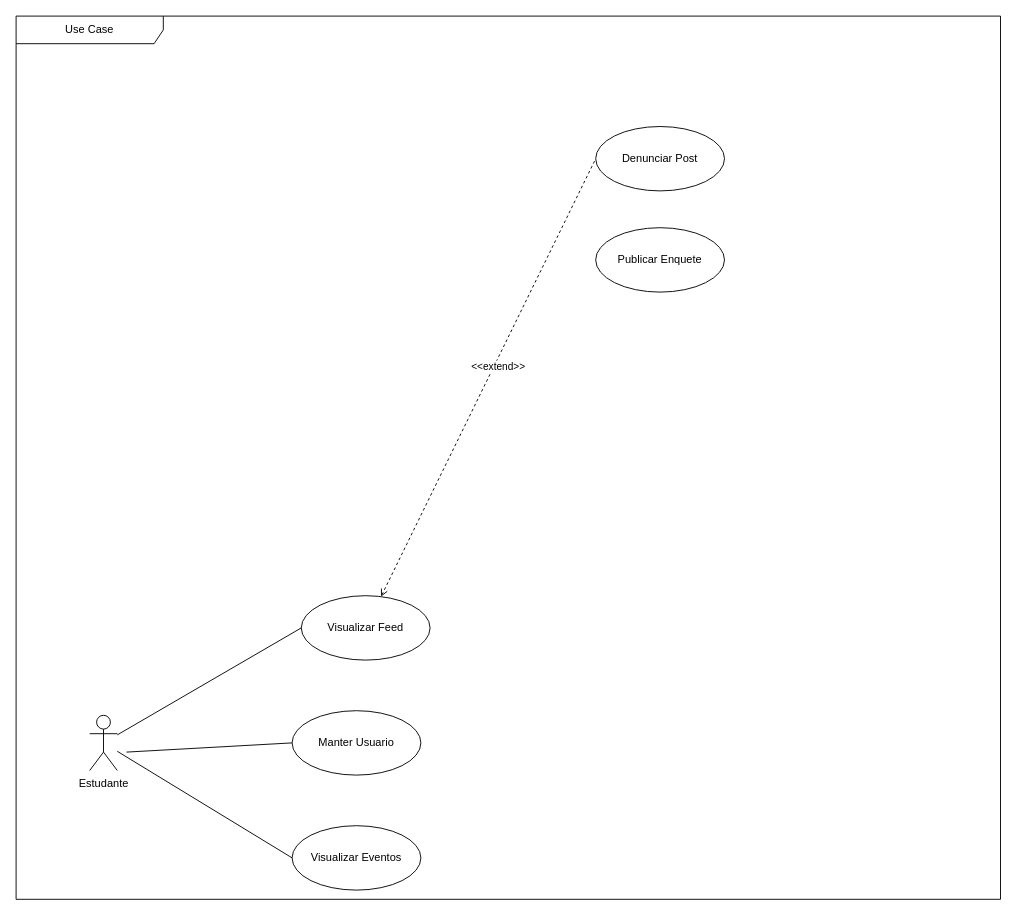
Before: Draw.io/casos_de_uso_mobile.drawio in Organization-Meets/Meets_Docs, a draw.io diagram. Source tidied: cells renumbered, new cells numbered last; positions are measured from the earlier drawing's top-left corner, leaving out a move shared by most shapes. Both pictures are drawn from the tidied source at 92%, with x=0, y=0 at pixel (16, 16).
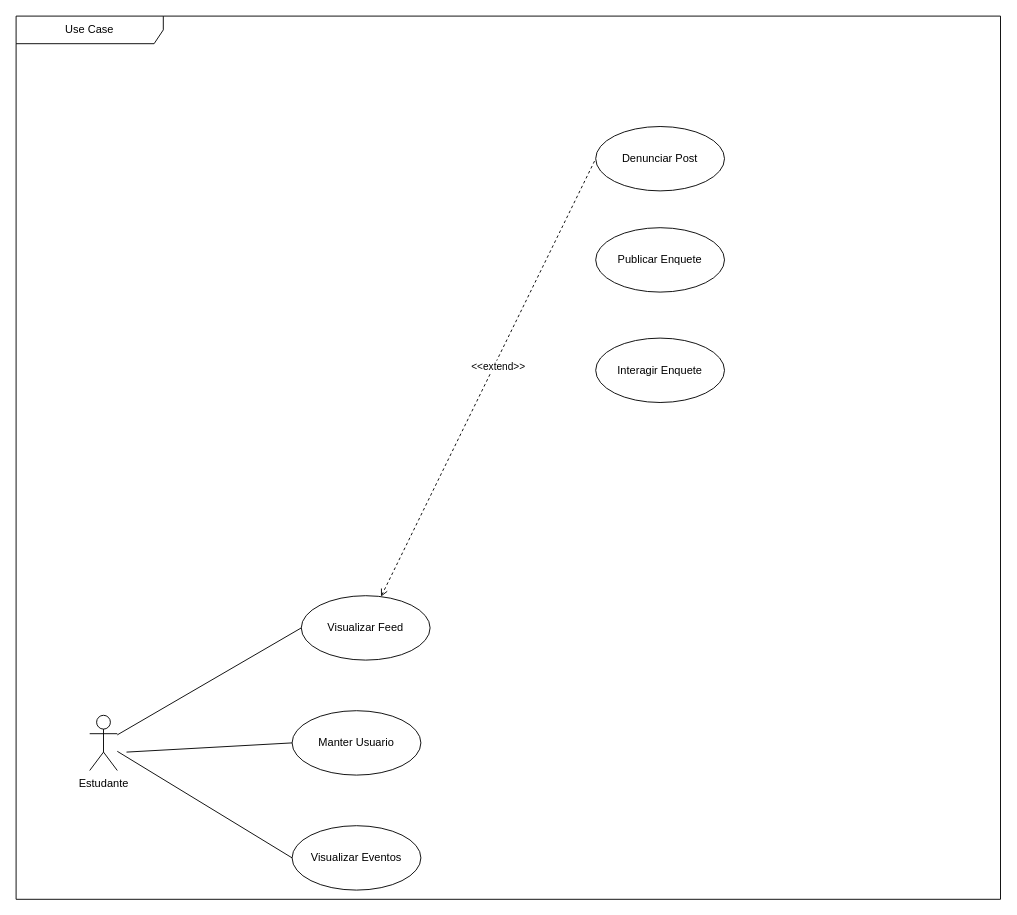
After the change.

What changed in the source:
```diff
@@
 <mxGraphModel>
   <root>
     <mxCell id="0" />
     <mxCell id="1" parent="0" />
     <mxCell id="2" value="Use Case" style="shape=umlFrame;whiteSpace=wrap;html=1;width=160;" parent="1" vertex="1">
       <mxGeometry width="1070" height="960" as="geometry" />
     </mxCell>
     <mxCell id="3" style="rounded=0;jettySize=auto;html=1;entryX=0;entryY=0.5;entryDx=0;entryDy=0;endArrow=none;endFill=0;" parent="2" edge="1" source="5" target="8">
       <mxGeometry relative="1" as="geometry" />
     </mxCell>
     <mxCell id="4" style="rounded=0;jettySize=auto;html=1;entryX=0;entryY=0.5;entryDx=0;entryDy=0;endArrow=none;endFill=0;" parent="2" edge="1" source="5" target="10">
       <mxGeometry relative="1" as="geometry" />
     </mxCell>
     <mxCell id="5" value="Estudante" style="shape=umlActor;html=1;verticalLabelPosition=bottom;verticalAlign=top;align=center;" parent="2" vertex="1">
       <mxGeometry x="80" y="760" width="30" height="60" as="geometry" />
     </mxCell>
     <mxCell id="6" style="rounded=0;jettySize=auto;html=1;entryX=0;entryY=0.5;entryDx=0;entryDy=0;endArrow=none;endFill=0;dashed=1;startArrow=open;startFill=0;" parent="2" edge="1" source="8" target="12">
       <mxGeometry relative="1" as="geometry" />
     </mxCell>
     <mxCell id="7" value="&amp;lt;&amp;lt;extend&amp;gt;&amp;gt;" style="edgeLabel;html=1;align=center;verticalAlign=middle;" parent="6" vertex="1">
       <mxGeometry x="0.06" y="-3" relative="1" as="geometry" />
     </mxCell>
     <mxCell id="8" value="Visualizar Feed" style="ellipse;whiteSpace=wrap;html=1;" parent="2" vertex="1">
       <mxGeometry x="310" y="630" width="140" height="70" as="geometry" />
     </mxCell>
     <mxCell id="9" value="Manter Usuario" style="ellipse;whiteSpace=wrap;html=1;" parent="2" vertex="1">
       <mxGeometry x="300" y="755" width="140" height="70" as="geometry" />
     </mxCell>
     <mxCell id="10" value="Visualizar Eventos" style="ellipse;whiteSpace=wrap;html=1;" parent="2" vertex="1">
       <mxGeometry x="300" y="880" width="140" height="70" as="geometry" />
     </mxCell>
     <mxCell id="11" style="rounded=0;jettySize=auto;html=1;entryX=0;entryY=0.5;entryDx=0;entryDy=0;endArrow=none;endFill=0;" parent="2" edge="1" target="9">
       <mxGeometry relative="1" as="geometry">
         <mxPoint x="120" y="800" as="sourcePoint" />
       </mxGeometry>
     </mxCell>
     <mxCell id="12" value="Denunciar Post" style="ellipse;whiteSpace=wrap;html=1;" parent="2" vertex="1">
       <mxGeometry x="630" y="120" width="140" height="70" as="geometry" />
     </mxCell>
     <mxCell id="13" value="Publicar Enquete" style="ellipse;whiteSpace=wrap;html=1;" parent="2" vertex="1">
       <mxGeometry x="630" y="230" width="140" height="70" as="geometry" />
     </mxCell>
+    <mxCell id="14" value="Interagir Enquete" style="ellipse;whiteSpace=wrap;html=1;" parent="2" vertex="1">
+      <mxGeometry x="630" y="350" width="140" height="70" as="geometry" />
+    </mxCell>
   </root>
 </mxGraphModel>
```
